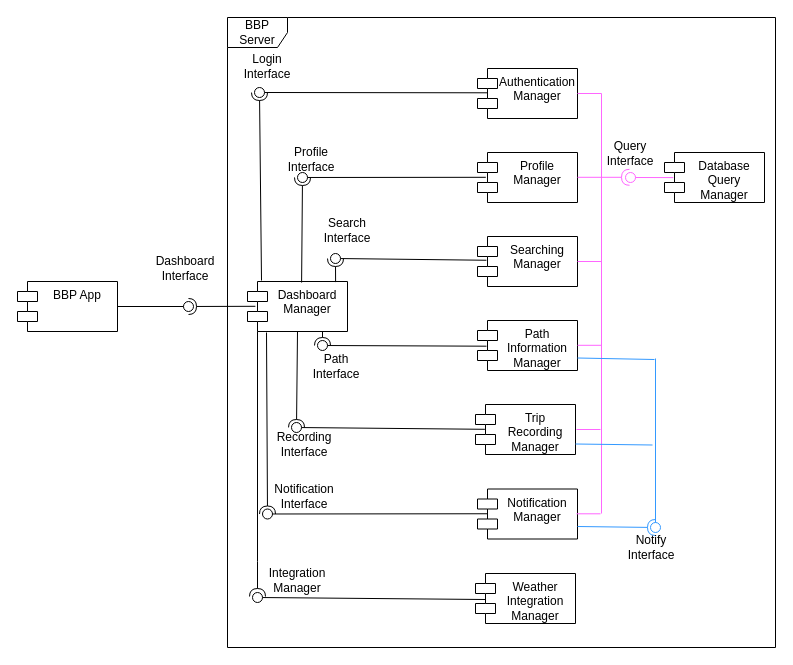
This is DD/otherdiagrams/lowlevel components.drawio from annacordi/BestBikePaths-RASD-DD-Project2025, a draw.io file, before an edit. Source tidied: cells renumbered, new cells numbered last; positions are measured from the earlier drawing's top-left corner, leaving out a move shared by most shapes. Both pictures are drawn from the tidied source at 100%, with x=0, y=0 at pixel (17, 17).
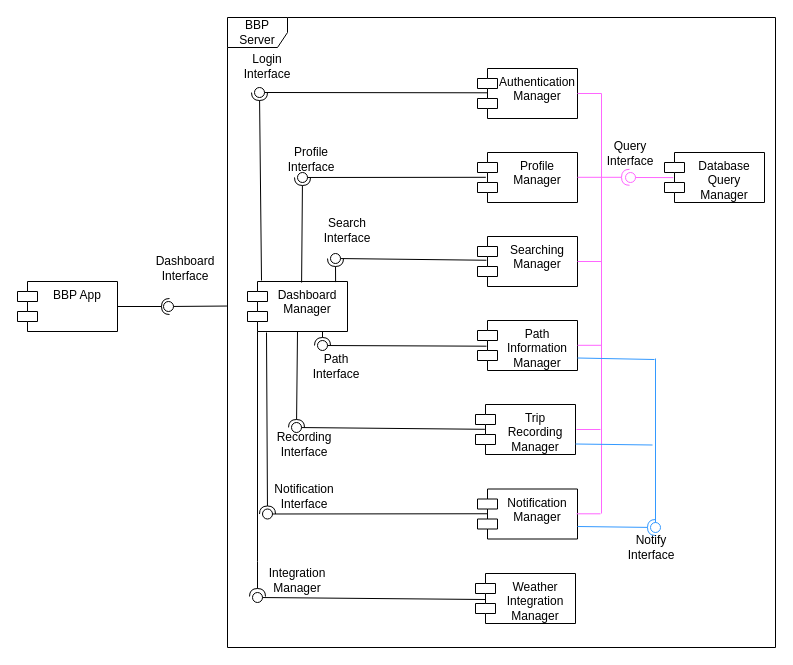
After the change.

Commit message:
dashboard correction

The change refers to these unchanged cells:
```xml
<mxCell id="2" value="BBP App" style="shape=module;align=left;spacingLeft=20;align=center;verticalAlign=top;whiteSpace=wrap;html=1;" parent="1" vertex="1">
  <mxGeometry y="264" width="100" height="50" as="geometry" />
</mxCell>
<mxCell id="3" value="Dashboard Manager" style="shape=module;align=left;spacingLeft=20;align=center;verticalAlign=top;whiteSpace=wrap;html=1;" parent="1" vertex="1">
  <mxGeometry x="230" y="264" width="100" height="50" as="geometry" />
</mxCell>
<mxCell id="61" value="BBP Server" style="shape=umlFrame;whiteSpace=wrap;html=1;" parent="1" vertex="1">
  <mxGeometry x="210" width="548" height="630" as="geometry" />
</mxCell>
```

What changed in the source:
```diff
@@
-    <mxCell id="11" style="rounded=0;jettySize=auto;html=1;endArrow=halfCircle;endFill=0;endSize=6;strokeWidth=1;sketch=0;exitX=0.079;exitY=0.496;exitDx=0;exitDy=0;exitPerimeter=0;" parent="1" edge="1" source="3" target="13">
-      <mxGeometry relative="1" as="geometry" />
+    <mxCell id="11" style="rounded=0;jettySize=auto;html=1;endArrow=halfCircle;endFill=0;endSize=6;strokeWidth=1;sketch=0;exitX=1;exitY=0.5;exitDx=0;exitDy=0;" parent="1" edge="1" source="2">
+      <mxGeometry relative="1" as="geometry">
+        <mxPoint x="152" y="289" as="targetPoint" />
+      </mxGeometry>
     </mxCell>
-    <mxCell id="12" style="rounded=0;jettySize=auto;html=1;endArrow=oval;endFill=0;sketch=0;sourcePerimeterSpacing=0;targetPerimeterSpacing=0;endSize=10;exitX=1;exitY=0.5;exitDx=0;exitDy=0;" parent="1" edge="1" source="2" target="13">
+    <mxCell id="12" style="rounded=0;jettySize=auto;html=1;endArrow=oval;endFill=0;sketch=0;sourcePerimeterSpacing=0;targetPerimeterSpacing=0;endSize=10;exitX=-0.001;exitY=0.458;exitDx=0;exitDy=0;exitPerimeter=0;" parent="1" edge="1" source="61" target="13">
       <mxGeometry relative="1" as="geometry" />
     </mxCell>
     <mxCell id="13" style="ellipse;whiteSpace=wrap;html=1;align=center;fillColor=none;strokeColor=none;perimeter=centerPerimeter;points=[];outlineConnect=1;" parent="1" vertex="1">
-      <mxGeometry x="166" y="284" width="10" height="10" as="geometry" />
+      <mxGeometry x="146" y="284" width="10" height="10" as="geometry" />
     </mxCell>
```
